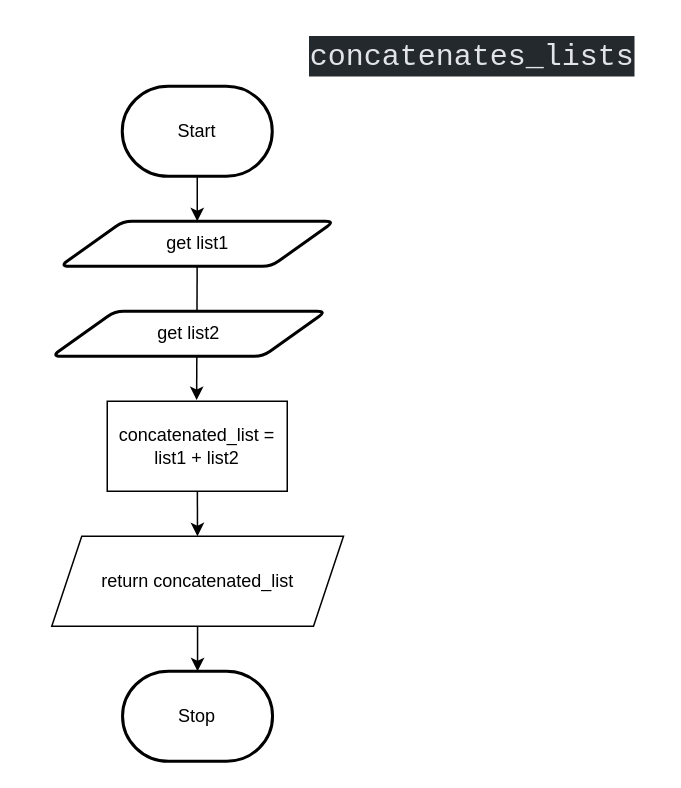
Above: flowchat.drawio in Kyanh-Pham/ICS3U-Assignment-7-Python (draw.io), before the change. Source tidied: cells renumbered, new cells numbered last; positions are measured from the earlier drawing's top-left corner, leaving out a move shared by most shapes. Both pictures are drawn from the tidied source at 150%, with x=0, y=0 at pixel (51, 26).
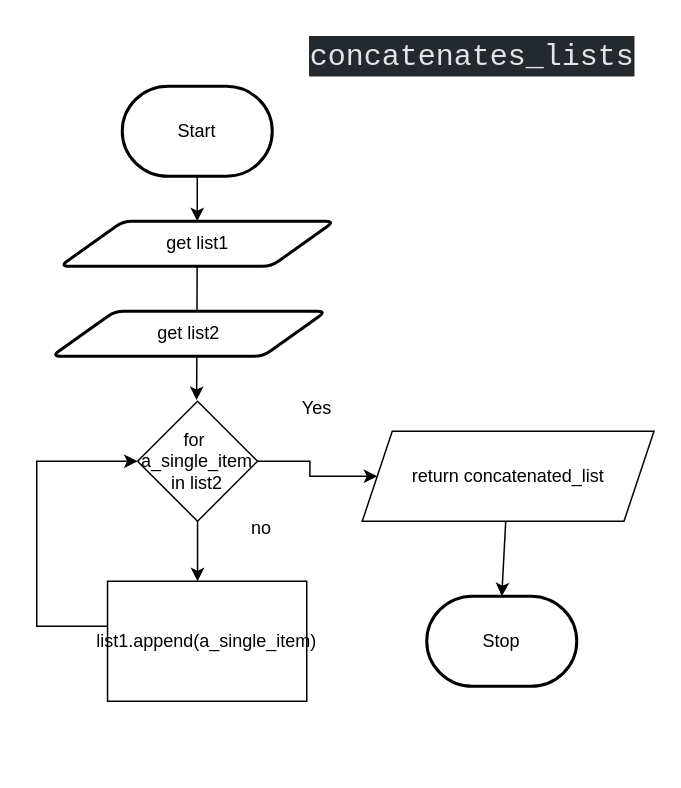
The same page after the edit.

What changed in the source:
```diff
@@
     <mxCell id="6" value="Stop" style="strokeWidth=2;html=1;shape=mxgraph.flowchart.terminator;whiteSpace=wrap;" parent="1" vertex="1">
-      <mxGeometry x="47.2" y="430" width="100" height="60" as="geometry" />
+      <mxGeometry x="250" y="380" width="100" height="60" as="geometry" />
     </mxCell>
@@
-    <mxCell id="9" style="edgeStyle=none;html=1;" parent="1" edge="1" source="10" target="12">
-      <mxGeometry relative="1" as="geometry" />
-    </mxCell>
-    <mxCell id="10" value="concatenated_list = list1 + list2" style="rounded=0;whiteSpace=wrap;html=1;" parent="1" vertex="1">
-      <mxGeometry x="37" y="250" width="120" height="60" as="geometry" />
-    </mxCell>
@@
     <mxCell id="12" value="return concatenated_list" style="shape=parallelogram;perimeter=parallelogramPerimeter;whiteSpace=wrap;html=1;fixedSize=1;" parent="1" vertex="1">
-      <mxGeometry y="340" width="194.5" height="60" as="geometry" />
+      <mxGeometry x="207" y="270" width="194.5" height="60" as="geometry" />
     </mxCell>
@@
+    <mxCell id="15" style="edgeStyle=none;html=1;" parent="1" edge="1" source="17">
+      <mxGeometry relative="1" as="geometry">
+        <mxPoint x="97.2" y="370" as="targetPoint" />
+      </mxGeometry>
+    </mxCell>
+    <mxCell id="16" style="edgeStyle=orthogonalEdgeStyle;rounded=0;html=1;entryX=0;entryY=0.5;entryDx=0;entryDy=0;" parent="1" edge="1" source="17" target="12">
+      <mxGeometry relative="1" as="geometry" />
+    </mxCell>
+    <mxCell id="17" value="for&amp;nbsp; a_single_item in list2" style="rhombus;whiteSpace=wrap;html=1;" parent="1" vertex="1">
+      <mxGeometry x="57.2" y="250" width="80" height="80" as="geometry" />
+    </mxCell>
+    <mxCell id="18" value="Yes" style="text;html=1;strokeColor=none;fillColor=none;align=center;verticalAlign=middle;whiteSpace=wrap;rounded=0;" parent="1" vertex="1">
+      <mxGeometry x="147" y="240" width="60" height="30" as="geometry" />
+    </mxCell>
+    <mxCell id="19" value="no" style="text;html=1;strokeColor=none;fillColor=none;align=center;verticalAlign=middle;whiteSpace=wrap;rounded=0;" parent="1" vertex="1">
+      <mxGeometry x="110" y="320" width="60" height="30" as="geometry" />
+    </mxCell>
+    <mxCell id="20" style="edgeStyle=orthogonalEdgeStyle;html=1;entryX=0;entryY=0.5;entryDx=0;entryDy=0;rounded=0;" parent="1" edge="1" source="21" target="17">
+      <mxGeometry relative="1" as="geometry">
+        <Array as="points">
+          <mxPoint x="-10" y="400" />
+          <mxPoint x="-10" y="290" />
+        </Array>
+      </mxGeometry>
+    </mxCell>
+    <mxCell id="21" value="list1.append(a_single_item)" style="rounded=0;whiteSpace=wrap;html=1;" parent="1" vertex="1">
+      <mxGeometry x="37.2" y="370" width="132.8" height="80" as="geometry" />
+    </mxCell>
```
